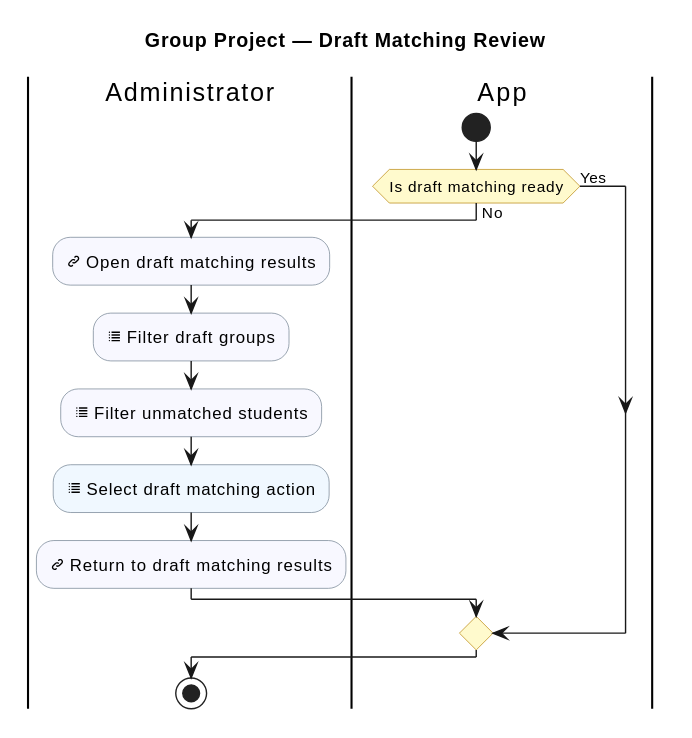
Before: industrial-placement-group-project/diagrams/group-project/draft-matching-review.svg, a diagram exported from PlantUML (sdflkjssl/sdflkjssl.github.io).
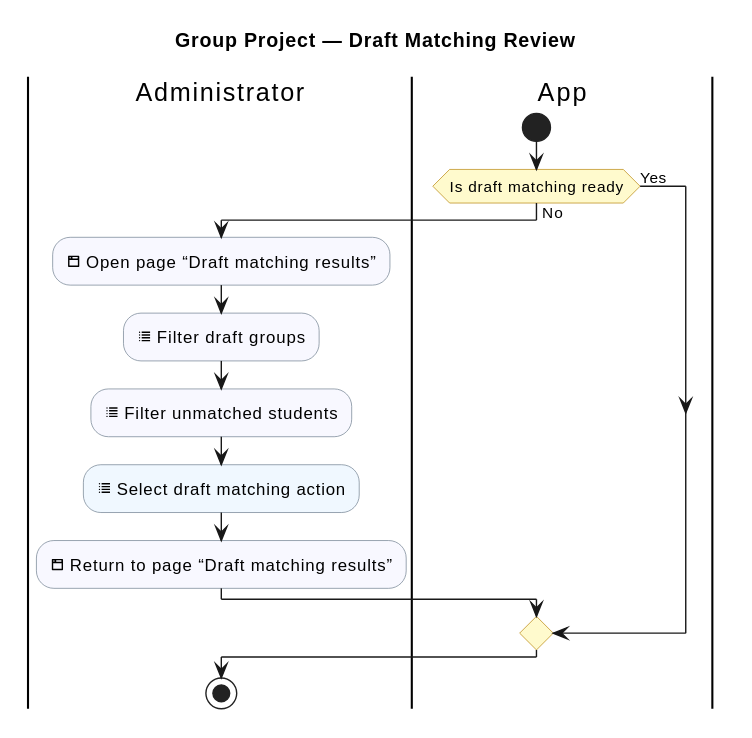
After the change.

Diff of the diagram source:
```diff
@@ -14,11 +14,11 @@
 start
 if (Is draft matching ready) then (No)
   |Administrator|
-  :<&link-intact> Open draft matching results; <<#GhostWhite>>
+  :<&browser> Open page “Draft matching results”; <<#GhostWhite>>
   :<&list> Filter draft groups; <<#GhostWhite>>
   :<&list> Filter unmatched students; <<#GhostWhite>>
   :<&list> Select draft matching action; <<#AliceBlue>>
-  :<&link-intact> Return to draft matching results; <<#GhostWhite>>
+  :<&browser> Return to page “Draft matching results”; <<#GhostWhite>>
 else (Yes)
 endif
 stop
```
